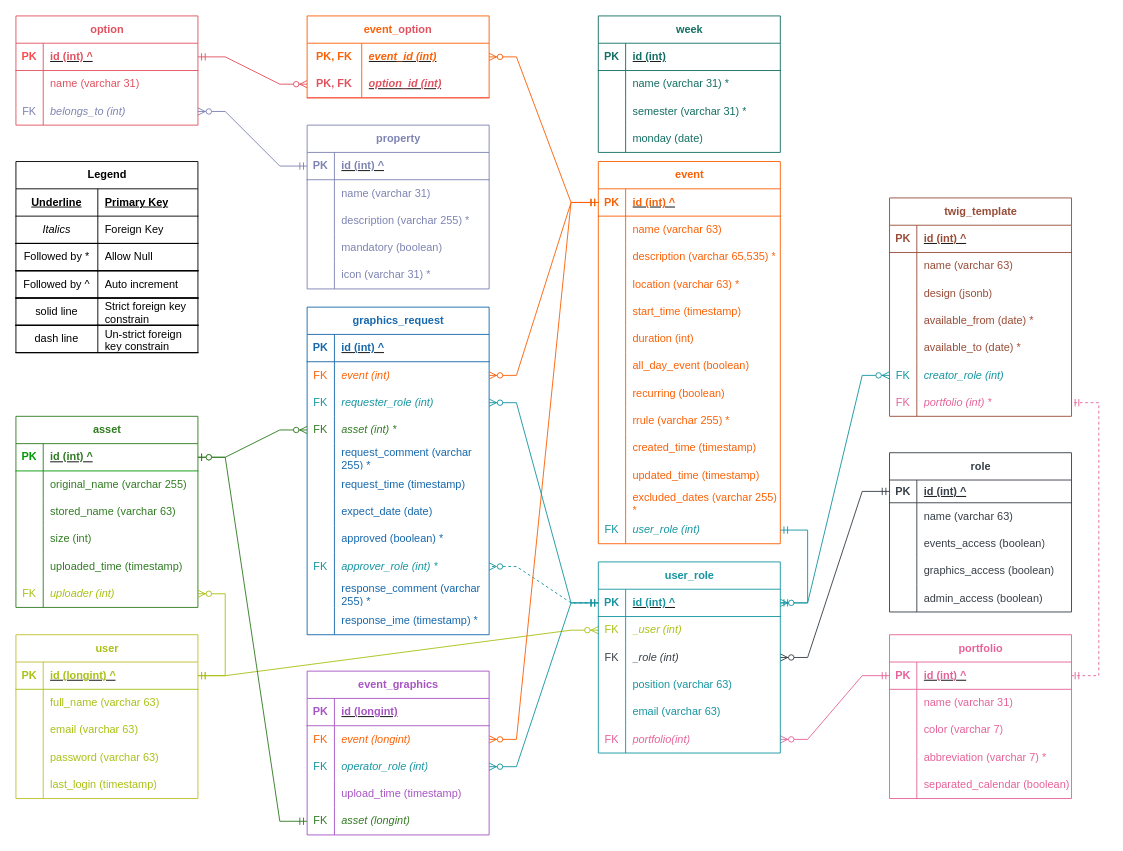
This is design/eTWIG.ER.drawio from stewebb/eTWIG, a draw.io file, before an edit. Source tidied: cells renumbered, new cells numbered last; positions are measured from the earlier drawing's top-left corner, leaving out a move shared by most shapes. Both pictures are drawn from the tidied source at 91%, with x=0, y=0 at pixel (15, 15).
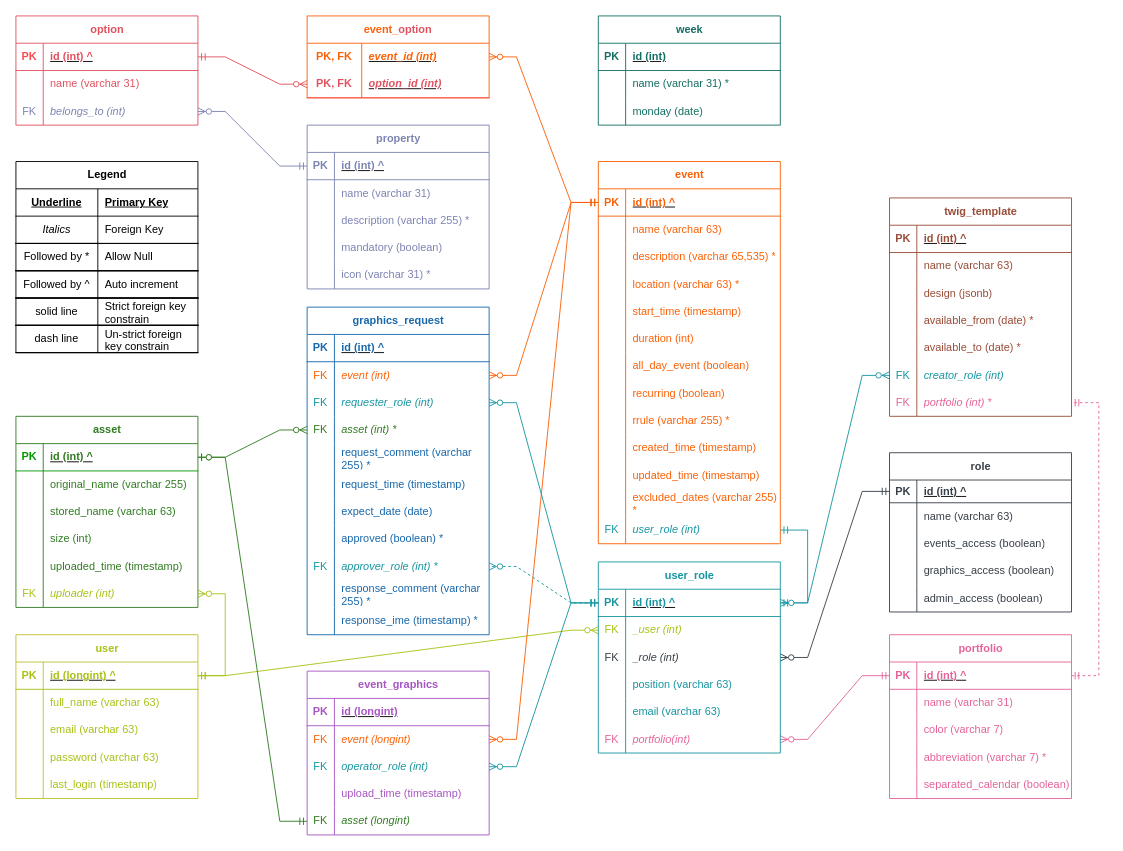
The same page after the edit.

Change to the diagram source:
```diff
@@
     <mxCell id="2" value="&lt;font color=&quot;#136f63&quot;&gt;week&lt;/font&gt;" style="shape=table;startSize=30;childLayout=tableLayout;rowLines=0;fontStyle=1;align=center;html=1;strokeColor=#136F63;" parent="1" vertex="1">
-      <mxGeometry x="640" width="200" height="150" as="geometry" />
+      <mxGeometry x="640" width="200" height="120" as="geometry" />
     </mxCell>
@@
-    <mxCell id="9" style="shape=tableRow;horizontal=0;startSize=0;swimlaneHead=0;swimlaneBody=0;fillColor=none;top=0;left=0;right=0;bottom=0;" parent="2" vertex="1">
-      <mxGeometry y="90" width="200" height="30" as="geometry" />
-    </mxCell>
-    <mxCell id="10" style="shape=partialRectangle;fillColor=none;top=0;left=0;bottom=0;right=0;overflow=hidden;whiteSpace=wrap;html=1;" parent="9" vertex="1">
-      <mxGeometry width="30" height="30" as="geometry" />
-    </mxCell>
-    <mxCell id="11" value="&lt;font color=&quot;#136f63&quot;&gt;semester (varchar 31) *&lt;/font&gt;" style="shape=partialRectangle;fillColor=none;top=0;left=0;bottom=0;right=0;align=left;spacingLeft=6;overflow=hidden;whiteSpace=wrap;html=1;" parent="9" vertex="1">
-      <mxGeometry x="30" width="170" height="30" as="geometry" />
-    </mxCell>
     <mxCell id="12" style="shape=tableRow;horizontal=0;startSize=0;swimlaneHead=0;swimlaneBody=0;fillColor=none;top=0;left=0;right=0;bottom=0;" parent="2" vertex="1">
-      <mxGeometry y="120" width="200" height="30" as="geometry" />
+      <mxGeometry y="90" width="200" height="30" as="geometry" />
     </mxCell>
```
